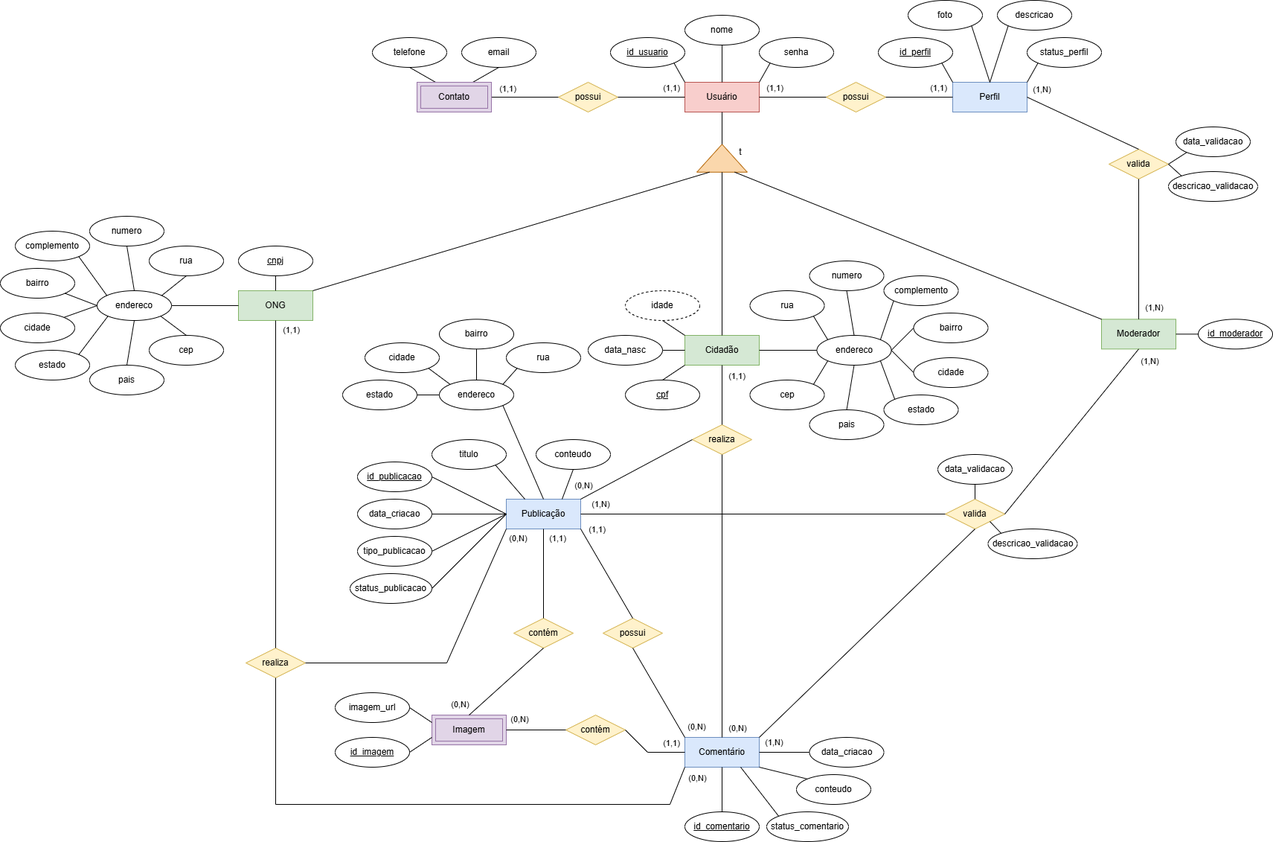
Above: DOCUMENTACAO/PetMap - Modelo Conceitual.drawio.png in arthurpansera/PetMap (draw.io), before the change. Source tidied: cells renumbered, new cells last; positions are measured from the earlier drawing's top-left corner, leaving out a move shared by most shapes.
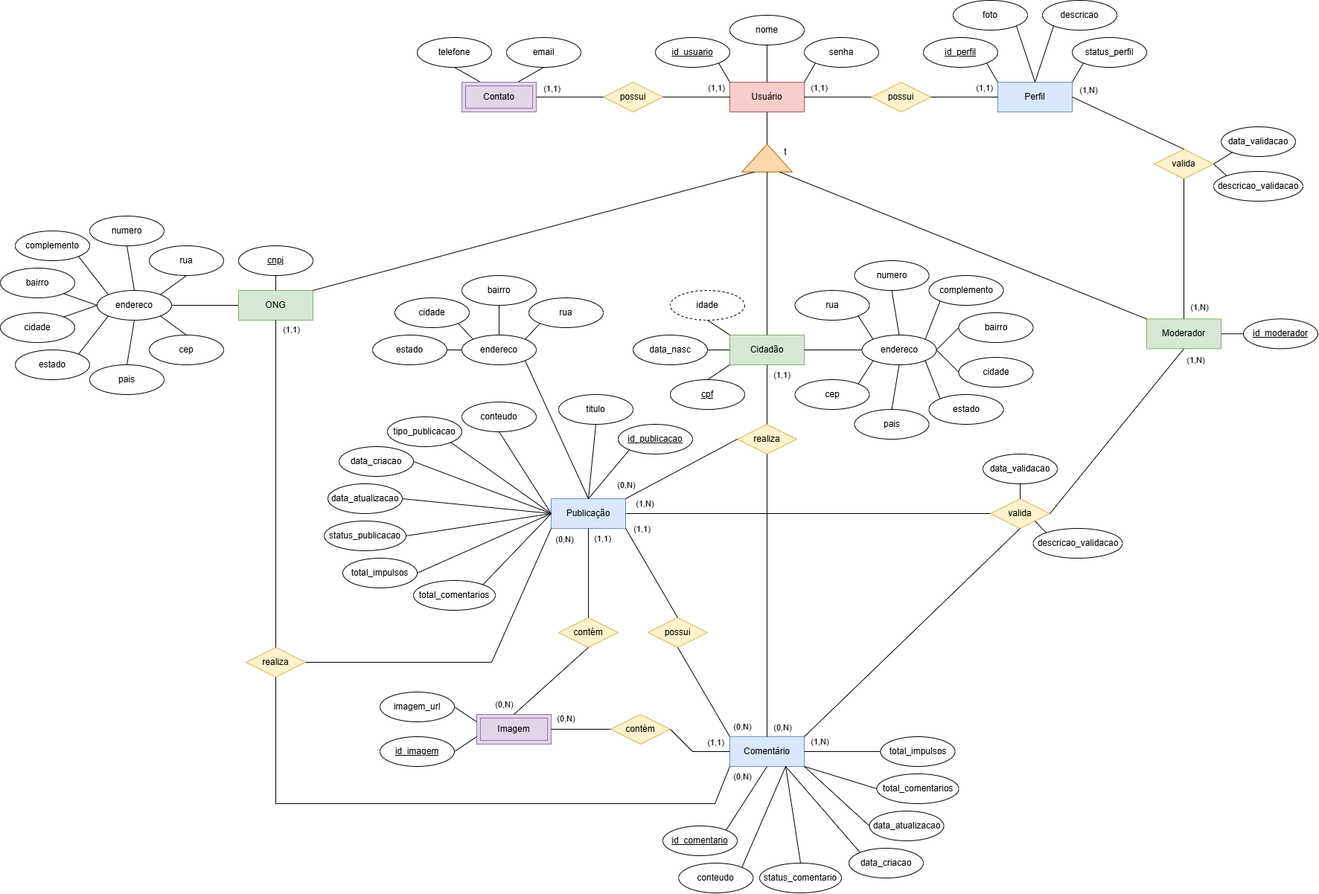
Later version of the same file.

The edit, as a diff of the source:
```diff
@@ -35,3 +35,3 @@
     <mxCell id="12" value="ONG" style="whiteSpace=wrap;html=1;align=center;fillColor=#d5e8d4;strokeColor=#82b366;" parent="1" vertex="1">
-      <mxGeometry x="320" y="390" width="100" height="40" as="geometry" />
+      <mxGeometry x="260" y="390" width="100" height="40" as="geometry" />
     </mxCell>
@@ -136,3 +136,3 @@
     <mxCell id="43" value="cnpj" style="ellipse;whiteSpace=wrap;html=1;align=center;fontStyle=4;" parent="1" vertex="1">
-      <mxGeometry x="320" y="330" width="100" height="40" as="geometry" />
+      <mxGeometry x="260" y="330" width="100" height="40" as="geometry" />
     </mxCell>
@@ -142,3 +142,3 @@
     <mxCell id="45" value="endereco" style="ellipse;whiteSpace=wrap;html=1;align=center;" parent="1" vertex="1">
-      <mxGeometry x="130" y="390" width="100" height="40" as="geometry" />
+      <mxGeometry x="70" y="390" width="100" height="40" as="geometry" />
     </mxCell>
@@ -148,24 +148,24 @@
     <mxCell id="47" value="pais" style="ellipse;whiteSpace=wrap;html=1;align=center;" parent="1" vertex="1">
-      <mxGeometry x="120" y="490" width="100" height="40" as="geometry" />
+      <mxGeometry x="60" y="490" width="100" height="40" as="geometry" />
     </mxCell>
     <mxCell id="48" value="estado" style="ellipse;whiteSpace=wrap;html=1;align=center;" parent="1" vertex="1">
-      <mxGeometry x="20" y="470" width="100" height="40" as="geometry" />
+      <mxGeometry x="-40" y="470" width="100" height="40" as="geometry" />
     </mxCell>
     <mxCell id="49" value="cep" style="ellipse;whiteSpace=wrap;html=1;align=center;" parent="1" vertex="1">
-      <mxGeometry x="200" y="450" width="100" height="40" as="geometry" />
+      <mxGeometry x="140" y="450" width="100" height="40" as="geometry" />
     </mxCell>
     <mxCell id="50" value="bairro" style="ellipse;whiteSpace=wrap;html=1;align=center;" parent="1" vertex="1">
-      <mxGeometry y="360" width="100" height="40" as="geometry" />
+      <mxGeometry x="-60" y="360" width="100" height="40" as="geometry" />
     </mxCell>
     <mxCell id="51" value="complemento" style="ellipse;whiteSpace=wrap;html=1;align=center;" parent="1" vertex="1">
-      <mxGeometry x="20" y="310" width="100" height="40" as="geometry" />
+      <mxGeometry x="-40" y="310" width="100" height="40" as="geometry" />
     </mxCell>
     <mxCell id="52" value="numero" style="ellipse;whiteSpace=wrap;html=1;align=center;" parent="1" vertex="1">
-      <mxGeometry x="120" y="290" width="100" height="40" as="geometry" />
+      <mxGeometry x="60" y="290" width="100" height="40" as="geometry" />
     </mxCell>
     <mxCell id="53" value="rua" style="ellipse;whiteSpace=wrap;html=1;align=center;" parent="1" vertex="1">
-      <mxGeometry x="200" y="330" width="100" height="40" as="geometry" />
+      <mxGeometry x="140" y="330" width="100" height="40" as="geometry" />
     </mxCell>
     <mxCell id="54" value="cidade" style="ellipse;whiteSpace=wrap;html=1;align=center;" parent="1" vertex="1">
-      <mxGeometry y="420" width="100" height="40" as="geometry" />
+      <mxGeometry x="-60" y="420" width="100" height="40" as="geometry" />
     </mxCell>
@@ -224,18 +224,18 @@
     <mxCell id="71" value="realiza" style="shape=rhombus;perimeter=rhombusPerimeter;whiteSpace=wrap;html=1;align=center;fillColor=#fff2cc;strokeColor=#d6b656;" parent="1" vertex="1">
-      <mxGeometry x="330" y="870" width="80" height="40" as="geometry" />
+      <mxGeometry x="270" y="870" width="80" height="40" as="geometry" />
     </mxCell>
     <mxCell id="72" value="id_publicacao" style="ellipse;whiteSpace=wrap;html=1;align=center;fontStyle=4;" parent="1" vertex="1">
-      <mxGeometry x="480" y="620" width="100" height="40" as="geometry" />
+      <mxGeometry x="770" y="570" width="100" height="40" as="geometry" />
     </mxCell>
     <mxCell id="73" value="titulo" style="ellipse;whiteSpace=wrap;html=1;align=center;" parent="1" vertex="1">
-      <mxGeometry x="580" y="590" width="100" height="40" as="geometry" />
+      <mxGeometry x="690" y="530" width="100" height="40" as="geometry" />
     </mxCell>
     <mxCell id="74" value="conteudo" style="ellipse;whiteSpace=wrap;html=1;align=center;" parent="1" vertex="1">
-      <mxGeometry x="720" y="590" width="100" height="40" as="geometry" />
+      <mxGeometry x="560" y="540" width="100" height="40" as="geometry" />
     </mxCell>
     <mxCell id="75" value="data_criacao" style="ellipse;whiteSpace=wrap;html=1;align=center;" parent="1" vertex="1">
-      <mxGeometry x="480" y="670" width="100" height="40" as="geometry" />
+      <mxGeometry x="395" y="600" width="100" height="40" as="geometry" />
     </mxCell>
     <mxCell id="76" value="status_publicacao" style="ellipse;whiteSpace=wrap;html=1;align=center;" parent="1" vertex="1">
-      <mxGeometry x="470" y="770" width="110" height="40" as="geometry" />
+      <mxGeometry x="375" y="700" width="110" height="40" as="geometry" />
     </mxCell>
@@ -308,6 +308,6 @@
     <mxCell id="99" value="conteudo" style="ellipse;whiteSpace=wrap;html=1;align=center;" parent="1" vertex="1">
-      <mxGeometry x="1070" y="1040" width="100" height="40" as="geometry" />
+      <mxGeometry x="851.2" y="1160" width="100" height="40" as="geometry" />
     </mxCell>
     <mxCell id="100" value="id_comentario" style="ellipse;whiteSpace=wrap;html=1;align=center;fontStyle=4;" parent="1" vertex="1">
-      <mxGeometry x="920" y="1090" width="100" height="40" as="geometry" />
+      <mxGeometry x="830" y="1110" width="100" height="40" as="geometry" />
     </mxCell>
@@ -340,3 +340,3 @@
       <mxGeometry x="-0.65" relative="1" as="geometry">
-        <mxPoint x="-23" y="-5" as="offset" />
+        <mxPoint x="-26" y="-6" as="offset" />
       </mxGeometry>
@@ -376,3 +376,3 @@
     </mxCell>
-    <mxCell id="118" style="endArrow=none;html=1;rounded=0;exitX=0.5;exitY=0;exitDx=0;exitDy=0;entryX=0.5;entryY=1;entryDx=0;entryDy=0;" parent="1" edge="1" source="100" target="97">
+    <mxCell id="118" style="endArrow=none;html=1;rounded=0;exitX=1;exitY=0;exitDx=0;exitDy=0;entryX=0.5;entryY=1;entryDx=0;entryDy=0;" parent="1" edge="1" source="100" target="97">
       <mxGeometry relative="1" as="geometry" />
@@ -395,3 +395,3 @@
       <mxGeometry x="-0.82" y="-2" relative="1" as="geometry">
-        <mxPoint x="20" y="-2" as="offset" />
+        <mxPoint x="21" y="-2" as="offset" />
       </mxGeometry>
@@ -402,3 +402,3 @@
           <mxPoint x="900" y="1080" />
-          <mxPoint x="370" y="1080" />
+          <mxPoint x="310" y="1080" />
         </Array>
@@ -408,3 +408,3 @@
       <mxGeometry x="-0.85" y="1" relative="1" as="geometry">
-        <mxPoint x="37" y="-37" as="offset" />
+        <mxPoint x="42" y="-38" as="offset" />
       </mxGeometry>
@@ -428,29 +428,17 @@
       <mxGeometry x="0.73" y="3" relative="1" as="geometry">
-        <mxPoint x="39" y="-34" as="offset" />
+        <mxPoint x="44" y="-40" as="offset" />
       </mxGeometry>
     </mxCell>
-    <mxCell id="130" style="endArrow=none;html=1;rounded=0;exitX=1;exitY=0.5;exitDx=0;exitDy=0;entryX=0;entryY=0.5;entryDx=0;entryDy=0;" parent="1" edge="1" source="72" target="69">
-      <mxGeometry relative="1" as="geometry" />
-    </mxCell>
-    <mxCell id="131" style="endArrow=none;html=1;rounded=0;exitX=0.25;exitY=0;exitDx=0;exitDy=0;entryX=1;entryY=1;entryDx=0;entryDy=0;" parent="1" edge="1" source="69" target="73">
-      <mxGeometry relative="1" as="geometry" />
-    </mxCell>
-    <mxCell id="132" style="endArrow=none;html=1;rounded=0;exitX=0.75;exitY=0;exitDx=0;exitDy=0;entryX=0.5;entryY=1;entryDx=0;entryDy=0;" parent="1" edge="1" source="69" target="74">
-      <mxGeometry relative="1" as="geometry" />
-    </mxCell>
     <mxCell id="133" value="endereco" style="ellipse;whiteSpace=wrap;html=1;align=center;" parent="1" vertex="1">
-      <mxGeometry x="590" y="510" width="100" height="40" as="geometry" />
+      <mxGeometry x="560" y="450" width="100" height="40" as="geometry" />
     </mxCell>
     <mxCell id="134" value="bairro" style="ellipse;whiteSpace=wrap;html=1;align=center;" parent="1" vertex="1">
-      <mxGeometry x="590" y="428.3" width="100" height="40" as="geometry" />
+      <mxGeometry x="560" y="370" width="100" height="40" as="geometry" />
     </mxCell>
     <mxCell id="135" value="rua" style="ellipse;whiteSpace=wrap;html=1;align=center;" parent="1" vertex="1">
-      <mxGeometry x="680" y="460" width="100" height="40" as="geometry" />
+      <mxGeometry x="650" y="400" width="100" height="40" as="geometry" />
     </mxCell>
     <mxCell id="136" value="cidade" style="ellipse;whiteSpace=wrap;html=1;align=center;" parent="1" vertex="1">
-      <mxGeometry x="490" y="460" width="100" height="40" as="geometry" />
+      <mxGeometry x="470" y="400" width="100" height="40" as="geometry" />
     </mxCell>
-    <mxCell id="137" style="endArrow=none;html=1;rounded=0;exitX=0;exitY=1;exitDx=0;exitDy=0;entryX=1;entryY=0;entryDx=0;entryDy=0;" parent="1" edge="1" source="135" target="133">
-      <mxGeometry relative="1" as="geometry" />
-    </mxCell>
     <mxCell id="138" style="endArrow=none;html=1;rounded=0;exitX=0.5;exitY=0;exitDx=0;exitDy=0;entryX=0.5;entryY=1;entryDx=0;entryDy=0;" parent="1" edge="1" source="133" target="134">
@@ -461,6 +449,3 @@
     </mxCell>
-    <mxCell id="140" style="endArrow=none;html=1;rounded=0;exitX=0.5;exitY=0;exitDx=0;exitDy=0;entryX=1;entryY=1;entryDx=0;entryDy=0;" parent="1" edge="1" source="69" target="133">
-      <mxGeometry relative="1" as="geometry" />
-    </mxCell>
-    <mxCell id="141" style="endArrow=none;html=1;rounded=0;entryX=1;entryY=1;entryDx=0;entryDy=0;exitX=0;exitY=0;exitDx=0;exitDy=0;" parent="1" edge="1" source="99" target="97">
+    <mxCell id="141" style="endArrow=none;html=1;rounded=0;entryX=0.75;entryY=1;entryDx=0;entryDy=0;exitX=1;exitY=0;exitDx=0;exitDy=0;" parent="1" edge="1" source="99" target="97">
       <mxGeometry relative="1" as="geometry" />
@@ -475,3 +460,3 @@
       <mxGeometry x="0.77" y="-1" relative="1" as="geometry">
-        <mxPoint x="17" y="-1" as="offset" />
+        <mxPoint x="17" as="offset" />
       </mxGeometry>
@@ -509,7 +494,2 @@
     </mxCell>
-    <mxCell id="152" style="endArrow=none;html=1;rounded=0;exitX=1;exitY=0.5;exitDx=0;exitDy=0;" parent="1" edge="1" source="76">
-      <mxGeometry relative="1" as="geometry">
-        <mxPoint x="680" y="690" as="targetPoint" />
-      </mxGeometry>
-    </mxCell>
     <mxCell id="153" style="endArrow=none;html=1;rounded=0;exitX=1;exitY=0.5;exitDx=0;exitDy=0;entryX=0;entryY=0.25;entryDx=0;entryDy=0;" parent="1" edge="1" source="102" target="98">
@@ -521,6 +501,6 @@
     <mxCell id="155" value="data_criacao" style="ellipse;whiteSpace=wrap;html=1;align=center;" parent="1" vertex="1">
-      <mxGeometry x="1087.5" y="990" width="100" height="40" as="geometry" />
+      <mxGeometry x="1080" y="1140" width="100" height="40" as="geometry" />
     </mxCell>
     <mxCell id="156" value="estado" style="ellipse;whiteSpace=wrap;html=1;align=center;" parent="1" vertex="1">
-      <mxGeometry x="460" y="510" width="100" height="40" as="geometry" />
+      <mxGeometry x="440" y="450" width="100" height="40" as="geometry" />
     </mxCell>
@@ -529,8 +509,5 @@
     </mxCell>
-    <mxCell id="158" style="endArrow=none;html=1;rounded=0;exitX=1;exitY=0.5;exitDx=0;exitDy=0;entryX=0;entryY=0.5;entryDx=0;entryDy=0;" parent="1" edge="1" source="97" target="155">
+    <mxCell id="158" style="endArrow=none;html=1;rounded=0;exitX=0.75;exitY=1;exitDx=0;exitDy=0;entryX=0;entryY=0;entryDx=0;entryDy=0;" parent="1" edge="1" source="97" target="155">
       <mxGeometry relative="1" as="geometry" />
     </mxCell>
-    <mxCell id="159" style="endArrow=none;html=1;rounded=0;exitX=1;exitY=0.5;exitDx=0;exitDy=0;entryX=0;entryY=0.5;entryDx=0;entryDy=0;" parent="1" edge="1" source="75" target="69">
-      <mxGeometry relative="1" as="geometry" />
-    </mxCell>
     <mxCell id="160" value="data_validacao" style="ellipse;whiteSpace=wrap;html=1;align=center;" parent="1" vertex="1">
@@ -554,13 +531,10 @@
     <mxCell id="166" value="status_comentario" style="ellipse;whiteSpace=wrap;html=1;align=center;" parent="1" vertex="1">
-      <mxGeometry x="1030" y="1090" width="110" height="40" as="geometry" />
+      <mxGeometry x="960" y="1160" width="110" height="40" as="geometry" />
     </mxCell>
-    <mxCell id="167" style="endArrow=none;html=1;rounded=0;entryX=0.75;entryY=1;entryDx=0;entryDy=0;exitX=0;exitY=0;exitDx=0;exitDy=0;" parent="1" edge="1" source="166" target="97">
+    <mxCell id="167" style="endArrow=none;html=1;rounded=0;entryX=0.75;entryY=1;entryDx=0;entryDy=0;exitX=0.5;exitY=0;exitDx=0;exitDy=0;" parent="1" edge="1" source="166" target="97">
       <mxGeometry relative="1" as="geometry" />
     </mxCell>
-    <mxCell id="168" value="tipo_publicacao" style="ellipse;whiteSpace=wrap;html=1;align=center;" parent="1" vertex="1">
-      <mxGeometry x="480" y="720" width="100" height="40" as="geometry" />
+    <mxCell id="168" value="data_atualizacao" style="ellipse;whiteSpace=wrap;html=1;align=center;" parent="1" vertex="1">
+      <mxGeometry x="380" y="650" width="100" height="40" as="geometry" />
     </mxCell>
-    <mxCell id="169" style="endArrow=none;html=1;rounded=0;exitX=1;exitY=0.5;exitDx=0;exitDy=0;entryX=0;entryY=0.5;entryDx=0;entryDy=0;" parent="1" edge="1" source="168" target="69">
-      <mxGeometry relative="1" as="geometry" />
-    </mxCell>
     <mxCell id="170" value="descricao_validacao" style="ellipse;whiteSpace=wrap;html=1;align=center;" parent="1" vertex="1">
@@ -577,2 +551,62 @@
     </mxCell>
+    <mxCell id="174" value="tipo_publicacao" style="ellipse;whiteSpace=wrap;html=1;align=center;" parent="1" vertex="1">
+      <mxGeometry x="460" y="560" width="100" height="40" as="geometry" />
+    </mxCell>
+    <mxCell id="175" value="total_impulsos" style="ellipse;whiteSpace=wrap;html=1;align=center;" parent="1" vertex="1">
+      <mxGeometry x="400" y="750" width="100" height="40" as="geometry" />
+    </mxCell>
+    <mxCell id="176" value="total_comentarios" style="ellipse;whiteSpace=wrap;html=1;align=center;" parent="1" vertex="1">
+      <mxGeometry x="495" y="780" width="110" height="40" as="geometry" />
+    </mxCell>
+    <mxCell id="137" style="endArrow=none;html=1;rounded=0;entryX=1;entryY=0;entryDx=0;entryDy=0;exitX=0;exitY=1;exitDx=0;exitDy=0;" parent="1" edge="1" source="135" target="133">
+      <mxGeometry relative="1" as="geometry" />
+    </mxCell>
+    <mxCell id="140" style="endArrow=none;html=1;rounded=0;exitX=0.5;exitY=0;exitDx=0;exitDy=0;entryX=1;entryY=1;entryDx=0;entryDy=0;" parent="1" edge="1" source="69" target="133">
+      <mxGeometry relative="1" as="geometry" />
+    </mxCell>
+    <mxCell id="177" style="endArrow=none;html=1;rounded=0;entryX=0;entryY=1;entryDx=0;entryDy=0;exitX=0.5;exitY=0;exitDx=0;exitDy=0;" parent="1" edge="1" source="69" target="72">
+      <mxGeometry relative="1" as="geometry" />
+    </mxCell>
+    <mxCell id="131" style="endArrow=none;html=1;rounded=0;exitX=0.5;exitY=0;exitDx=0;exitDy=0;entryX=0.5;entryY=1;entryDx=0;entryDy=0;" parent="1" edge="1" source="69" target="73">
+      <mxGeometry relative="1" as="geometry" />
+    </mxCell>
+    <mxCell id="132" style="endArrow=none;html=1;rounded=0;entryX=0.5;entryY=1;entryDx=0;entryDy=0;exitX=0;exitY=0.5;exitDx=0;exitDy=0;" parent="1" edge="1" source="69" target="74">
+      <mxGeometry relative="1" as="geometry" />
+    </mxCell>
+    <mxCell id="178" style="endArrow=none;html=1;rounded=0;entryX=1;entryY=0.5;entryDx=0;entryDy=0;exitX=0;exitY=0.5;exitDx=0;exitDy=0;" parent="1" edge="1" source="69" target="168">
+      <mxGeometry relative="1" as="geometry" />
+    </mxCell>
+    <mxCell id="179" style="endArrow=none;html=1;rounded=0;exitX=1;exitY=0.5;exitDx=0;exitDy=0;entryX=0;entryY=0.5;entryDx=0;entryDy=0;" parent="1" edge="1" source="76" target="69">
+      <mxGeometry relative="1" as="geometry" />
+    </mxCell>
+    <mxCell id="180" style="endArrow=none;html=1;rounded=0;exitX=1;exitY=0;exitDx=0;exitDy=0;entryX=0;entryY=0.5;entryDx=0;entryDy=0;" parent="1" edge="1" source="176" target="69">
+      <mxGeometry relative="1" as="geometry" />
+    </mxCell>
+    <mxCell id="181" style="endArrow=none;html=1;rounded=0;exitX=1;exitY=0.5;exitDx=0;exitDy=0;entryX=0;entryY=0.5;entryDx=0;entryDy=0;" parent="1" edge="1" source="175" target="69">
+      <mxGeometry relative="1" as="geometry" />
+    </mxCell>
+    <mxCell id="182" style="endArrow=none;html=1;rounded=0;entryX=1;entryY=1;entryDx=0;entryDy=0;exitX=0;exitY=0.5;exitDx=0;exitDy=0;" parent="1" edge="1" source="69" target="174">
+      <mxGeometry relative="1" as="geometry" />
+    </mxCell>
+    <mxCell id="183" style="endArrow=none;html=1;rounded=0;entryX=1;entryY=0.5;entryDx=0;entryDy=0;exitX=0;exitY=0.5;exitDx=0;exitDy=0;" parent="1" edge="1" source="69" target="75">
+      <mxGeometry relative="1" as="geometry" />
+    </mxCell>
+    <mxCell id="184" value="data_atualizacao" style="ellipse;whiteSpace=wrap;html=1;align=center;" parent="1" vertex="1">
+      <mxGeometry x="1107.5" y="1090" width="100" height="40" as="geometry" />
+    </mxCell>
+    <mxCell id="185" value="total_impulsos" style="ellipse;whiteSpace=wrap;html=1;align=center;" parent="1" vertex="1">
+      <mxGeometry x="1122.5" y="990" width="100" height="40" as="geometry" />
+    </mxCell>
+    <mxCell id="186" value="total_comentarios" style="ellipse;whiteSpace=wrap;html=1;align=center;" parent="1" vertex="1">
+      <mxGeometry x="1117.5" y="1040" width="110" height="40" as="geometry" />
+    </mxCell>
+    <mxCell id="187" style="endArrow=none;html=1;rounded=0;entryX=1;entryY=1;entryDx=0;entryDy=0;exitX=0;exitY=0.5;exitDx=0;exitDy=0;" parent="1" edge="1" source="184" target="97">
+      <mxGeometry relative="1" as="geometry" />
+    </mxCell>
+    <mxCell id="188" style="endArrow=none;html=1;rounded=0;entryX=0;entryY=0.5;entryDx=0;entryDy=0;exitX=1;exitY=0.5;exitDx=0;exitDy=0;" parent="1" edge="1" source="97" target="185">
+      <mxGeometry relative="1" as="geometry" />
+    </mxCell>
+    <mxCell id="189" style="endArrow=none;html=1;rounded=0;entryX=0;entryY=0.5;entryDx=0;entryDy=0;exitX=1;exitY=1;exitDx=0;exitDy=0;" parent="1" edge="1" source="97" target="186">
+      <mxGeometry relative="1" as="geometry" />
+    </mxCell>
   </root>
```
